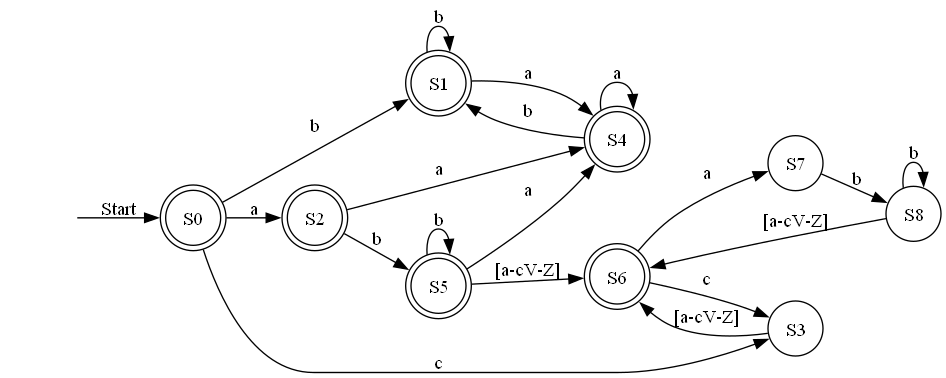
This is model/DFA.gv.png from SarahElzayat/regex_nfa, a Graphviz export, as it was before one commit. Its source is kept beside it as model/DFA.gv.
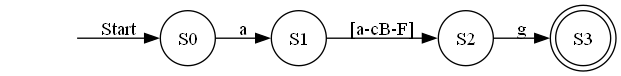
The same diagram one commit later.

Change to the diagram source:
```diff
@@ -2,32 +2,12 @@
 	rankdir=LR size="600, 800"
 	node [shape=circle]
 	"" [shape=none]
-	S0 [label=S0 shape=doublecircle]
-	S1 [label=S1 shape=doublecircle]
-	S2 [label=S2 shape=doublecircle]
-	S3 [label=S3 shape=circle]
-	S4 [label=S4 shape=doublecircle]
-	S5 [label=S5 shape=doublecircle]
-	S6 [label=S6 shape=doublecircle]
-	S7 [label=S7 shape=circle]
-	S8 [label=S8 shape=circle]
+	S0 [label=S0 shape=circle]
+	S1 [label=S1 shape=circle]
+	S2 [label=S2 shape=circle]
+	S3 [label=S3 shape=doublecircle]
 	"" -> S0 [label=Start]
-	S0 -> S1 [label=b]
-	S0 -> S2 [label=a]
-	S0 -> S3 [label=c]
-	S1 -> S1 [label=b]
-	S1 -> S4 [label=a]
-	S2 -> S5 [label=b]
-	S2 -> S4 [label=a]
-	S3 -> S6 [label="[a-cV-Z]"]
-	S4 -> S1 [label=b]
-	S4 -> S4 [label=a]
-	S5 -> S5 [label=b]
-	S5 -> S6 [label="[a-cV-Z]"]
-	S5 -> S4 [label=a]
-	S6 -> S3 [label=c]
-	S6 -> S7 [label=a]
-	S7 -> S8 [label=b]
-	S8 -> S8 [label=b]
-	S8 -> S6 [label="[a-cV-Z]"]
+	S0 -> S1 [label=a]
+	S1 -> S2 [label="[a-cB-F]"]
+	S2 -> S3 [label=g]
 }
```
